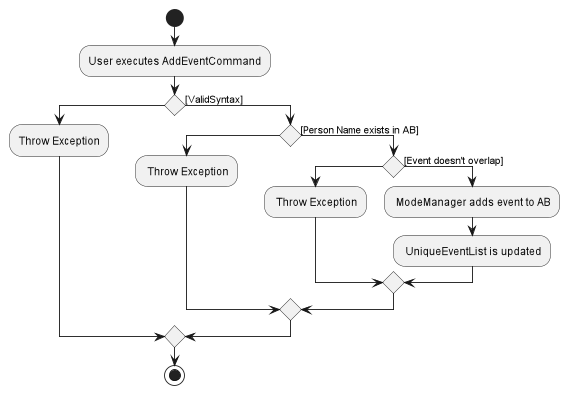
Before: docs/images/AddEventActivityDiagram.png, a diagram exported from PlantUML (nus-cs2103-AY2223S1/tp). Source of this version:
```plantuml
@startuml
start
:User executes AddEventCommand;


if () then
    :Throw Exception;
else ([ValidSyntax])
if () then
    : Throw Exception;
else ([Person Name exists in AB])
    if () then
    : Throw Exception;
    else ([Event doesn't overlap])
    : ModeManager adds event to AB;
    : UniqueEventList is updated;
    endif
    endif
endif
stop
@enduml
```
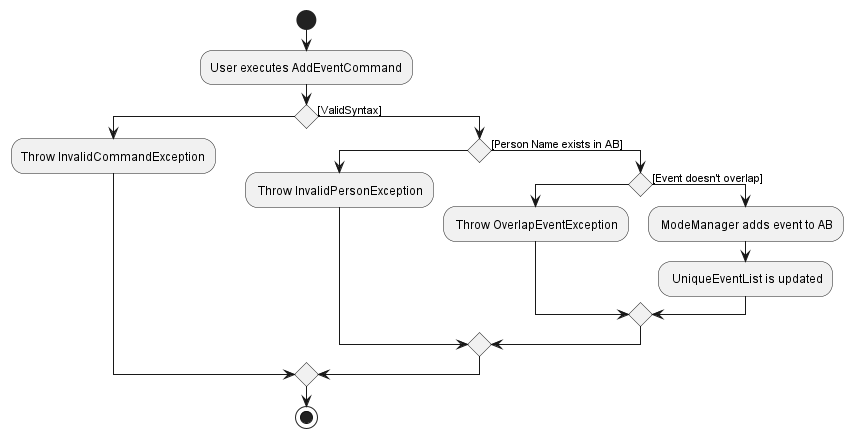
After the change.

What changed in the source:
```diff
@@ -4,13 +4,13 @@
 
 
 if () then
-    :Throw Exception;
+    :Throw InvalidCommandException;
 else ([ValidSyntax])
 if () then
-    : Throw Exception;
+    : Throw InvalidPersonException;
 else ([Person Name exists in AB])
     if () then
-    : Throw Exception;
+    : Throw OverlapEventException;
     else ([Event doesn't overlap])
     : ModeManager adds event to AB;
     : UniqueEventList is updated;
```
